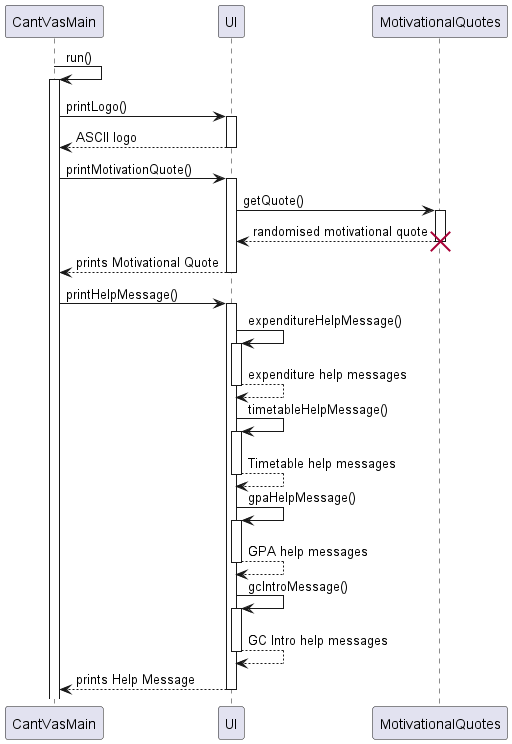
The PlantUML diagram docs/diagrams/sequencediagram/UISD.png in nyh3/tp, before a commit.
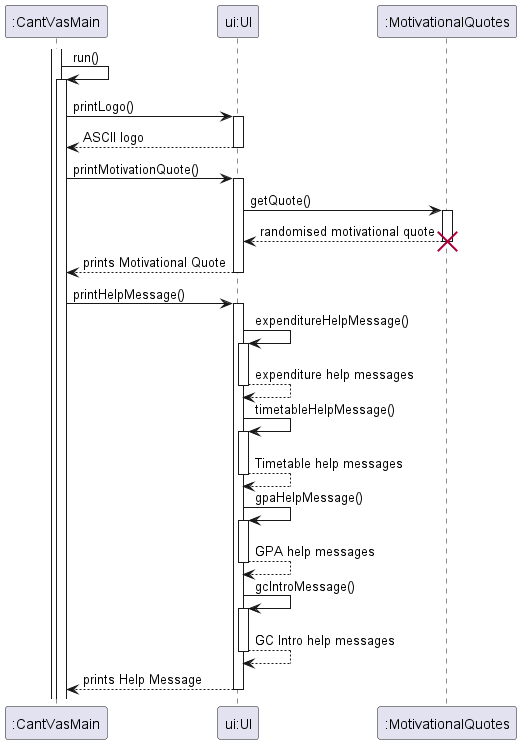
Later version of the same file.

Commit message:
Add class diagram for ui and include some explanation

Diff of the diagram source:
```diff
@@ -1,12 +1,12 @@
 @startuml
 
 autoactivate on
-participant "CantVasMain" as CantVasMain
-participant "UI" as UI
-participant "MotivationalQuotes" as MotivationalQuotes
+participant ":CantVasMain" as CantVasMain
+participant "ui:UI" as UI
+participant ":MotivationalQuotes" as MotivationalQuotes
 
 
-
+activate CantVasMain
 CantVasMain -> CantVasMain: run()
 
 
```
